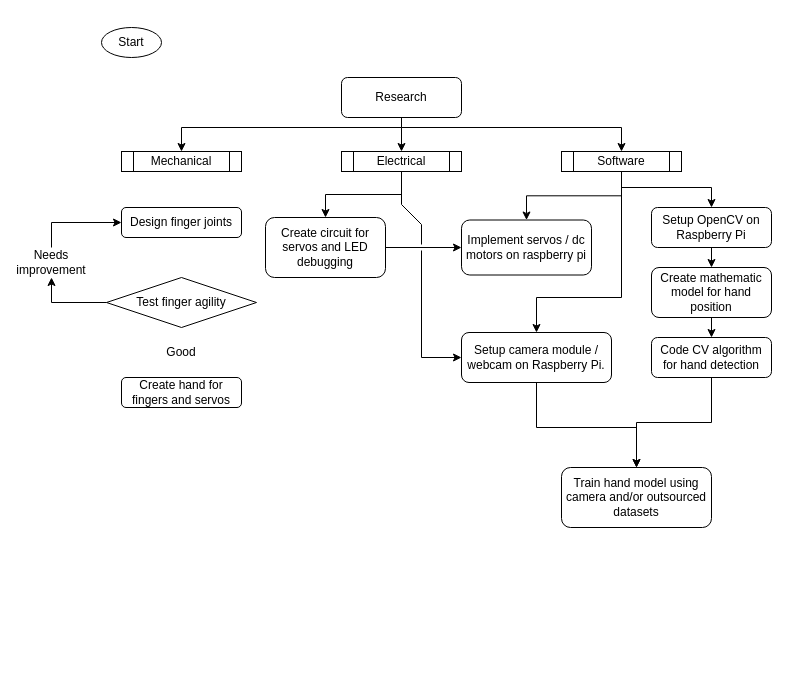
The draw.io diagram Project Proposal/project-outline-flowchart.drawio in texguy360/HandCV, before the edit. Source tidied: cells renumbered, new cells numbered last; positions are measured from the earlier drawing's top-left corner, leaving out a move shared by most shapes. Both pictures are drawn from the tidied source at 100%, with x=0, y=0 at pixel (21, 27).
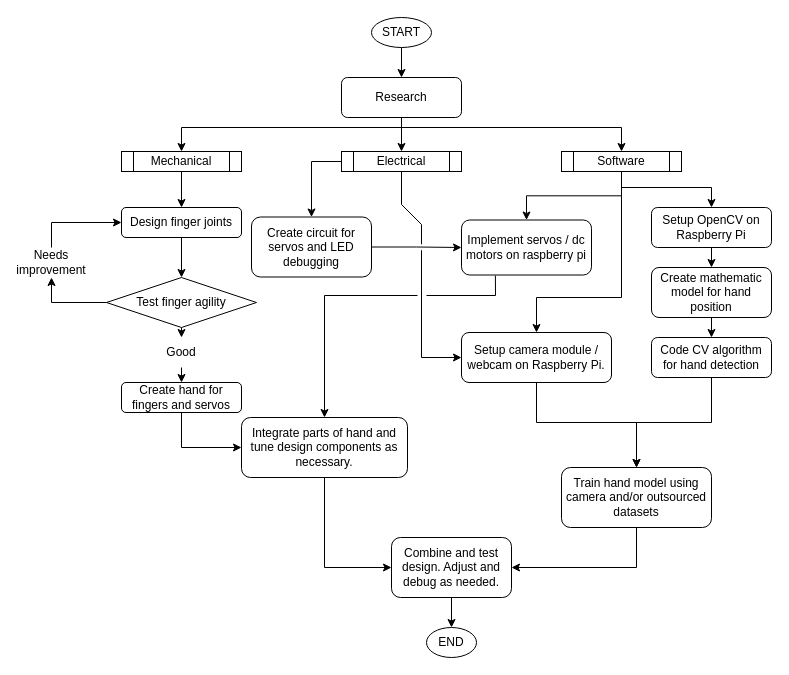
Above is the later version.

Unchanged cells that the change refers to:
```xml
<mxCell id="2" value="Research" style="rounded=1;whiteSpace=wrap;html=1;fontSize=12;glass=0;strokeWidth=1;shadow=0;" parent="1" vertex="1">
  <mxGeometry x="320" y="50" width="120" height="40" as="geometry" />
</mxCell>
<mxCell id="4" value="Mechanical" style="shape=process;whiteSpace=wrap;html=1;backgroundOutline=1;" parent="1" vertex="1">
  <mxGeometry x="100" y="124" width="120" height="20" as="geometry" />
</mxCell>
<mxCell id="6" value="Electrical" style="shape=process;whiteSpace=wrap;html=1;backgroundOutline=1;" parent="1" vertex="1">
  <mxGeometry x="320" y="124" width="120" height="20" as="geometry" />
</mxCell>
<mxCell id="14" value="Design finger joints" style="rounded=1;whiteSpace=wrap;html=1;" parent="1" vertex="1">
  <mxGeometry x="100" y="180" width="120" height="30" as="geometry" />
</mxCell>
<mxCell id="15" value="Test finger agility" style="rhombus;whiteSpace=wrap;html=1;" parent="1" vertex="1">
  <mxGeometry x="85" y="250" width="150" height="50" as="geometry" />
</mxCell>
<mxCell id="19" value="Good" style="text;html=1;strokeColor=none;fillColor=none;align=center;verticalAlign=middle;whiteSpace=wrap;rounded=0;" parent="1" vertex="1">
  <mxGeometry x="130" y="310" width="60" height="30" as="geometry" />
</mxCell>
<mxCell id="29" value="Train hand model using camera and/or outsourced datasets" style="rounded=1;whiteSpace=wrap;html=1;" parent="1" vertex="1">
  <mxGeometry x="540" y="440" width="150" height="60" as="geometry" />
</mxCell>
<mxCell id="31" value="Setup camera module / webcam on Raspberry Pi." style="rounded=1;whiteSpace=wrap;html=1;" parent="1" vertex="1">
  <mxGeometry x="440" y="305" width="150" height="50" as="geometry" />
</mxCell>
```

The edit, as a diff of the source:
```diff
@@
+    <mxCell id="35" style="edgeStyle=orthogonalEdgeStyle;rounded=0;jettySize=auto;html=1;exitX=0.5;exitY=1;exitDx=0;exitDy=0;entryX=0.5;entryY=0;entryDx=0;entryDy=0;" parent="1" edge="1" source="3" target="2">
+      <mxGeometry relative="1" as="geometry" />
+    </mxCell>
-    <mxCell id="3" value="Start" style="ellipse;whiteSpace=wrap;html=1;" parent="1" vertex="1">
-      <mxGeometry x="80" width="60" height="30" as="geometry" />
+    <mxCell id="3" value="START" style="ellipse;whiteSpace=wrap;html=1;" parent="1" vertex="1">
+      <mxGeometry x="350" y="-10" width="60" height="30" as="geometry" />
     </mxCell>
+    <mxCell id="36" style="edgeStyle=orthogonalEdgeStyle;rounded=0;jettySize=auto;html=1;exitX=0.5;exitY=1;exitDx=0;exitDy=0;entryX=0.5;entryY=0;entryDx=0;entryDy=0;" parent="1" edge="1" source="4" target="14">
+      <mxGeometry relative="1" as="geometry" />
+    </mxCell>
@@
     <mxCell id="5" style="edgeStyle=orthogonalEdgeStyle;rounded=0;jettySize=auto;html=1;exitX=0.5;exitY=1;exitDx=0;exitDy=0;entryX=0.5;entryY=0;entryDx=0;entryDy=0;" parent="1" edge="1" source="6" target="22">
-      <mxGeometry relative="1" as="geometry" />
+      <mxGeometry relative="1" as="geometry">
+        <Array as="points">
+          <mxPoint x="380" y="134" />
+          <mxPoint x="290" y="134" />
+        </Array>
+      </mxGeometry>
     </mxCell>
@@
+    <mxCell id="37" style="edgeStyle=orthogonalEdgeStyle;rounded=0;jettySize=auto;html=1;exitX=0.5;exitY=1;exitDx=0;exitDy=0;entryX=0.5;entryY=0;entryDx=0;entryDy=0;" parent="1" edge="1" source="14" target="15">
+      <mxGeometry relative="1" as="geometry" />
+    </mxCell>
@@
+    <mxCell id="38" style="edgeStyle=orthogonalEdgeStyle;rounded=0;jettySize=auto;html=1;exitX=0.5;exitY=1;exitDx=0;exitDy=0;entryX=0.5;entryY=0;entryDx=0;entryDy=0;" parent="1" edge="1" source="15" target="19">
+      <mxGeometry relative="1" as="geometry" />
+    </mxCell>
@@
+    <mxCell id="39" style="edgeStyle=orthogonalEdgeStyle;rounded=0;jettySize=auto;html=1;exitX=0.5;exitY=1;exitDx=0;exitDy=0;entryX=0.5;entryY=0;entryDx=0;entryDy=0;" parent="1" edge="1" source="19" target="20">
+      <mxGeometry relative="1" as="geometry" />
+    </mxCell>
@@
+    <mxCell id="40" style="edgeStyle=orthogonalEdgeStyle;rounded=0;jettySize=auto;html=1;exitX=0.5;exitY=1;exitDx=0;exitDy=0;entryX=0;entryY=0.5;entryDx=0;entryDy=0;" parent="1" edge="1" source="20" target="43">
+      <mxGeometry relative="1" as="geometry" />
+    </mxCell>
     <mxCell id="20" value="Create hand for fingers and servos" style="rounded=1;whiteSpace=wrap;html=1;" parent="1" vertex="1">
-      <mxGeometry x="100" y="350" width="120" height="30" as="geometry" />
+      <mxGeometry x="100" y="355" width="120" height="30" as="geometry" />
     </mxCell>
@@
     <mxCell id="22" value="Create circuit for servos and LED debugging" style="rounded=1;whiteSpace=wrap;html=1;" parent="1" vertex="1">
-      <mxGeometry x="244" y="190" width="120" height="60" as="geometry" />
+      <mxGeometry x="230" y="189.5" width="120" height="60" as="geometry" />
     </mxCell>
@@
+    <mxCell id="41" style="edgeStyle=orthogonalEdgeStyle;rounded=0;jettySize=auto;html=1;exitX=0.5;exitY=1;exitDx=0;exitDy=0;entryX=1;entryY=0.5;entryDx=0;entryDy=0;" parent="1" edge="1" source="29" target="47">
+      <mxGeometry relative="1" as="geometry" />
+    </mxCell>
@@
-    <mxCell id="30" style="edgeStyle=orthogonalEdgeStyle;rounded=0;jettySize=auto;html=1;exitX=0.5;exitY=1;exitDx=0;exitDy=0;entryX=0.5;entryY=0;entryDx=0;entryDy=0;" parent="1" edge="1" source="31" target="29">
+    <mxCell id="30" style="edgeStyle=orthogonalEdgeStyle;rounded=0;jettySize=auto;html=1;exitX=0.5;exitY=1;exitDx=0;exitDy=0;entryX=0.5;entryY=0;entryDx=0;entryDy=0;" parent="1" edge="1" target="29">
       <mxGeometry relative="1" as="geometry">
+        <mxPoint x="515" y="350" as="sourcePoint" />
         <Array as="points">
-          <mxPoint x="515" y="400" />
-          <mxPoint x="615" y="400" />
+          <mxPoint x="515" y="395" />
+          <mxPoint x="615" y="395" />
         </Array>
       </mxGeometry>
     </mxCell>
@@
-    <mxCell id="33" style="endArrow=none;html=1;rounded=0;jumpStyle=gap;jumpSize=6;" parent="1" edge="1">
+    <mxCell id="33" style="endArrow=none;html=1;rounded=0;jumpStyle=gap;jumpSize=6;entryX=0.5;entryY=1;entryDx=0;entryDy=0;" parent="1" edge="1" target="6">
       <mxGeometry relative="1" as="geometry">
         <mxPoint x="400" y="330" as="sourcePoint" />
-        <mxPoint x="380" y="160" as="targetPoint" />
         <Array as="points">
           <mxPoint x="400" y="197" />
           <mxPoint x="380" y="177" />
         </Array>
       </mxGeometry>
     </mxCell>
@@
+    <mxCell id="42" style="edgeStyle=orthogonalEdgeStyle;rounded=0;jettySize=auto;html=1;exitX=0.5;exitY=1;exitDx=0;exitDy=0;entryX=0;entryY=0.5;entryDx=0;entryDy=0;" parent="1" edge="1" source="43" target="47">
+      <mxGeometry relative="1" as="geometry" />
+    </mxCell>
+    <mxCell id="43" value="Integrate parts of hand and tune design components as necessary." style="rounded=1;whiteSpace=wrap;html=1;" parent="1" vertex="1">
+      <mxGeometry x="220" y="390" width="166" height="60" as="geometry" />
+    </mxCell>
+    <mxCell id="44" style="edgeStyle=segmentEdgeStyle;endArrow=classic;html=1;rounded=0;entryX=0.5;entryY=0;entryDx=0;entryDy=0;" parent="1" edge="1" target="43">
+      <mxGeometry relative="1" as="geometry">
+        <mxPoint x="396" y="268" as="sourcePoint" />
+        <Array as="points">
+          <mxPoint x="303" y="268" />
+        </Array>
+      </mxGeometry>
+    </mxCell>
+    <mxCell id="45" style="endArrow=none;html=1;rounded=0;entryX=0.222;entryY=1.01;entryDx=0;entryDy=0;entryPerimeter=0;" parent="1" edge="1">
+      <mxGeometry relative="1" as="geometry">
+        <mxPoint x="405" y="268" as="sourcePoint" />
+        <mxPoint x="473.9" y="248.1" as="targetPoint" />
+        <Array as="points">
+          <mxPoint x="474" y="268" />
+        </Array>
+      </mxGeometry>
+    </mxCell>
+    <mxCell id="46" style="edgeStyle=orthogonalEdgeStyle;rounded=0;jettySize=auto;html=1;exitX=0.5;exitY=1;exitDx=0;exitDy=0;entryX=0.5;entryY=0;entryDx=0;entryDy=0;" parent="1" edge="1" source="47" target="48">
+      <mxGeometry relative="1" as="geometry" />
+    </mxCell>
+    <mxCell id="47" value="Combine and test design. Adjust and debug as needed." style="rounded=1;whiteSpace=wrap;html=1;" parent="1" vertex="1">
+      <mxGeometry x="370" y="510" width="120" height="60" as="geometry" />
+    </mxCell>
+    <mxCell id="48" value="END" style="ellipse;whiteSpace=wrap;html=1;" parent="1" vertex="1">
+      <mxGeometry x="405" y="600" width="50" height="30" as="geometry" />
+    </mxCell>
```
